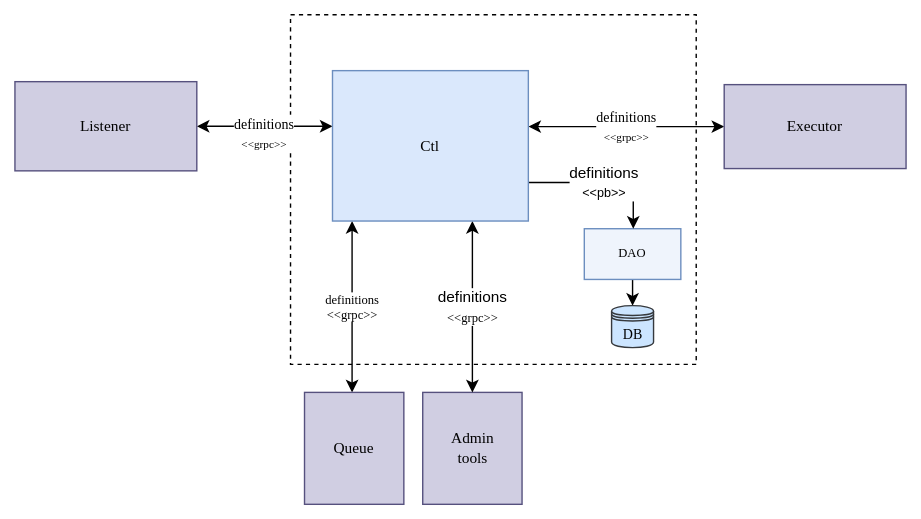
Before: docs/img/ctl.svg, a diagram exported from draw.io (andrescosta/jobico-fn). Source tidied: cells renumbered, new cells last; positions are measured from the earlier drawing's top-left corner, leaving out a move shared by most shapes. Its diagram source:
```xml
<mxGraphModel>
  <root>
    <mxCell id="0" />
    <mxCell id="1" parent="0" />
    <mxCell id="2" style="rounded=0;whiteSpace=wrap;html=1;dashed=1;" parent="1" vertex="1">
      <mxGeometry x="197" width="290" height="250" as="geometry" />
    </mxCell>
    <mxCell id="3" value="&lt;font style=&quot;&quot; face=&quot;Lucida Console&quot;&gt;&lt;font size=&quot;1&quot; style=&quot;&quot;&gt;definitions&lt;br&gt;&lt;/font&gt;&lt;font style=&quot;font-size: 8px;&quot;&gt;&amp;lt;&amp;lt;grpc&amp;gt;&amp;gt;&lt;/font&gt;&lt;/font&gt;" style="edgeStyle=orthogonalEdgeStyle;jettySize=auto;html=1;rounded=0;curved=0;endArrow=classic;endFill=1;startArrow=classic;startFill=1;" parent="1" edge="1" target="9">
      <mxGeometry relative="1" as="geometry">
        <mxPoint x="367" y="80" as="sourcePoint" />
        <Array as="points">
          <mxPoint x="377" y="80" />
          <mxPoint x="377" y="80" />
        </Array>
      </mxGeometry>
    </mxCell>
    <mxCell id="4" value="definitions&lt;br style=&quot;font-size: 9px;&quot;&gt;&amp;lt;&amp;lt;grpc&amp;gt;&amp;gt;" style="edgeStyle=orthogonalEdgeStyle;orthogonalLoop=1;jettySize=auto;html=1;startArrow=classic;startFill=1;fontFamily=Lucida Console;fontSize=9;" parent="1" edge="1">
      <mxGeometry relative="1" as="geometry">
        <mxPoint x="241" y="147.5" as="sourcePoint" />
        <mxPoint x="241" y="270" as="targetPoint" />
        <Array as="points">
          <mxPoint x="241" y="180" />
          <mxPoint x="241" y="180" />
        </Array>
      </mxGeometry>
    </mxCell>
    <mxCell id="5" value="Queue" style="rounded=0;whiteSpace=wrap;html=1;labelBackgroundColor=none;fillColor=#d0cee2;strokeColor=#56517e;fontFamily=Lucida Console;fontSize=11;" parent="1" vertex="1">
      <mxGeometry x="207" y="270" width="71" height="80" as="geometry" />
    </mxCell>
    <mxCell id="6" style="edgeStyle=orthogonalEdgeStyle;jettySize=auto;html=1;startArrow=classic;startFill=1;" parent="1" edge="1" source="8">
      <mxGeometry relative="1" as="geometry">
        <mxPoint x="227" y="79.8" as="targetPoint" />
      </mxGeometry>
    </mxCell>
    <mxCell id="7" value="&lt;font style=&quot;border-color: var(--border-color); font-family: &amp;quot;Lucida Console&amp;quot;;&quot; size=&quot;1&quot;&gt;definitions&lt;br style=&quot;border-color: var(--border-color);&quot;&gt;&lt;/font&gt;&lt;font style=&quot;border-color: var(--border-color); font-family: &amp;quot;Lucida Console&amp;quot;; font-size: 8px;&quot;&gt;&amp;lt;&amp;lt;grpc&amp;gt;&amp;gt;&lt;/font&gt;" style="edgeLabel;html=1;align=center;verticalAlign=middle;" parent="6" vertex="1">
      <mxGeometry y="-4" relative="1" as="geometry">
        <mxPoint x="-1" as="offset" />
      </mxGeometry>
    </mxCell>
    <mxCell id="8" value="Listener" style="rounded=0;whiteSpace=wrap;html=1;labelBackgroundColor=none;fillColor=#d0cee2;strokeColor=#56517e;fontFamily=Lucida Console;fontSize=11;" parent="1" vertex="1">
      <mxGeometry y="47.9" width="130" height="63.8" as="geometry" />
    </mxCell>
    <mxCell id="9" value="Executor" style="rounded=0;whiteSpace=wrap;html=1;labelBackgroundColor=none;fillColor=#d0cee2;strokeColor=#56517e;fontFamily=Lucida Console;fontSize=11;" parent="1" vertex="1">
      <mxGeometry x="507" y="50" width="130" height="60" as="geometry" />
    </mxCell>
    <mxCell id="10" style="edgeStyle=orthogonalEdgeStyle;jettySize=auto;html=1;" parent="1" edge="1" source="11" target="12">
      <mxGeometry relative="1" as="geometry" />
    </mxCell>
    <mxCell id="11" value="DAO" style="rounded=0;whiteSpace=wrap;html=1;fontFamily=Lucida Console;fontSize=9;strokeColor=#6c8ebf;align=center;verticalAlign=middle;fontColor=default;labelBackgroundColor=none;fillColor=#EFF4FC;" parent="1" vertex="1">
      <mxGeometry x="407" y="153" width="69" height="36.2" as="geometry" />
    </mxCell>
    <mxCell id="12" value="DB" style="shape=datastore;whiteSpace=wrap;html=1;fontFamily=Lucida Console;fontSize=10;strokeColor=#36393d;strokeWidth=1;align=center;verticalAlign=middle;fontColor=default;fillColor=#cce5ff;" parent="1" vertex="1">
      <mxGeometry x="426.5" y="208" width="30" height="30" as="geometry" />
    </mxCell>
    <mxCell id="13" style="edgeStyle=orthogonalEdgeStyle;jettySize=auto;html=1;strokeColor=none;" parent="1" edge="1" source="14" target="17">
      <mxGeometry relative="1" as="geometry">
        <Array as="points">
          <mxPoint x="367" y="190" />
          <mxPoint x="272" y="190" />
        </Array>
      </mxGeometry>
    </mxCell>
    <mxCell id="14" value="Admin &lt;br&gt;tools" style="rounded=0;whiteSpace=wrap;html=1;labelBackgroundColor=none;fillColor=#d0cee2;strokeColor=#56517e;fontFamily=Lucida Console;fontSize=11;" parent="1" vertex="1">
      <mxGeometry x="291.5" y="270" width="71" height="80" as="geometry" />
    </mxCell>
    <mxCell id="15" value="definitions&lt;br style=&quot;border-color: var(--border-color); font-family: &amp;quot;Lucida Console&amp;quot;; font-size: 9px;&quot;&gt;&lt;span style=&quot;font-family: &amp;quot;Lucida Console&amp;quot;; font-size: 9px;&quot;&gt;&amp;lt;&amp;lt;grpc&amp;gt;&amp;gt;&lt;/span&gt;" style="edgeStyle=orthogonalEdgeStyle;jettySize=auto;html=1;startArrow=classic;startFill=1;" parent="1" edge="1" source="17" target="14">
      <mxGeometry relative="1" as="geometry">
        <Array as="points">
          <mxPoint x="327" y="180" />
          <mxPoint x="327" y="180" />
        </Array>
      </mxGeometry>
    </mxCell>
    <mxCell id="16" value="definitions&lt;br&gt;&lt;font style=&quot;font-size: 9px;&quot;&gt;&amp;lt;&amp;lt;pb&amp;gt;&amp;gt;&lt;/font&gt;" style="edgeStyle=orthogonalEdgeStyle;jettySize=auto;html=1;rounded=0;curved=0;" parent="1" edge="1" source="17" target="11">
      <mxGeometry relative="1" as="geometry">
        <Array as="points">
          <mxPoint x="442" y="120" />
        </Array>
      </mxGeometry>
    </mxCell>
    <mxCell id="17" value="Ctl" style="rounded=0;whiteSpace=wrap;html=1;labelBackgroundColor=none;fillColor=#dae8fc;strokeColor=#6c8ebf;fontFamily=Lucida Console;fontSize=11;" parent="1" vertex="1">
      <mxGeometry x="227" y="40" width="140" height="107.5" as="geometry" />
    </mxCell>
  </root>
</mxGraphModel>
```
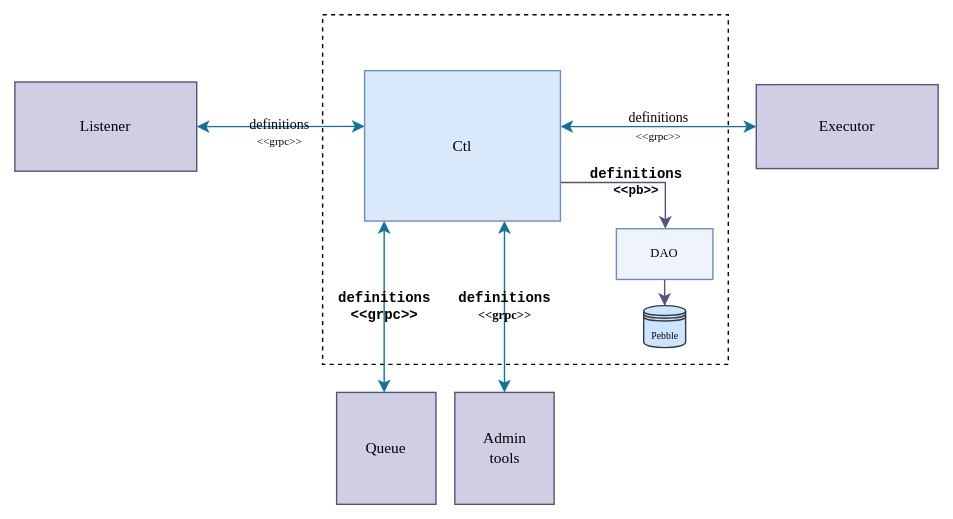
Later version of the same file.

Diff of the diagram source:
```diff
@@ -5,7 +5,7 @@
     <mxCell id="2" style="rounded=0;whiteSpace=wrap;html=1;dashed=1;" parent="1" vertex="1">
       <mxGeometry x="197" width="290" height="250" as="geometry" />
     </mxCell>
-    <mxCell id="3" value="&lt;font style=&quot;&quot; face=&quot;Lucida Console&quot;&gt;&lt;font size=&quot;1&quot; style=&quot;&quot;&gt;definitions&lt;br&gt;&lt;/font&gt;&lt;font style=&quot;font-size: 8px;&quot;&gt;&amp;lt;&amp;lt;grpc&amp;gt;&amp;gt;&lt;/font&gt;&lt;/font&gt;" style="edgeStyle=orthogonalEdgeStyle;jettySize=auto;html=1;rounded=0;curved=0;endArrow=classic;endFill=1;startArrow=classic;startFill=1;" parent="1" edge="1" target="9">
+    <mxCell id="3" value="&lt;font style=&quot;&quot; face=&quot;Lucida Console&quot;&gt;&lt;font size=&quot;1&quot; style=&quot;&quot;&gt;definitions&lt;br&gt;&lt;/font&gt;&lt;font style=&quot;font-size: 8px;&quot;&gt;&amp;lt;&amp;lt;grpc&amp;gt;&amp;gt;&lt;/font&gt;&lt;/font&gt;" style="edgeStyle=orthogonalEdgeStyle;jettySize=auto;html=1;rounded=0;curved=0;endArrow=classic;endFill=1;startArrow=classic;startFill=1;strokeColor=#10739e;align=center;verticalAlign=middle;fontFamily=Courier New;fontSize=10;fontColor=default;fontStyle=0;labelBackgroundColor=none;fillColor=#b1ddf0;" parent="1" edge="1" target="9">
       <mxGeometry relative="1" as="geometry">
         <mxPoint x="367" y="80" as="sourcePoint" />
         <Array as="points">
@@ -14,7 +14,7 @@
         </Array>
       </mxGeometry>
     </mxCell>
-    <mxCell id="4" value="definitions&lt;br style=&quot;font-size: 9px;&quot;&gt;&amp;lt;&amp;lt;grpc&amp;gt;&amp;gt;" style="edgeStyle=orthogonalEdgeStyle;orthogonalLoop=1;jettySize=auto;html=1;startArrow=classic;startFill=1;fontFamily=Lucida Console;fontSize=9;" parent="1" edge="1">
+    <mxCell id="4" value="definitions&lt;br style=&quot;font-size: 9px;&quot;&gt;&amp;lt;&amp;lt;grpc&amp;gt;&amp;gt;" style="edgeStyle=orthogonalEdgeStyle;orthogonalLoop=1;jettySize=auto;html=1;startArrow=classic;startFill=1;fontFamily=Courier New;fontSize=10;rounded=0;strokeColor=#10739e;align=center;verticalAlign=middle;fontColor=default;fontStyle=1;labelBackgroundColor=none;endArrow=classic;endFill=1;fillColor=#b1ddf0;" parent="1" edge="1">
       <mxGeometry relative="1" as="geometry">
         <mxPoint x="241" y="147.5" as="sourcePoint" />
         <mxPoint x="241" y="270" as="targetPoint" />
@@ -27,29 +27,29 @@
     <mxCell id="5" value="Queue" style="rounded=0;whiteSpace=wrap;html=1;labelBackgroundColor=none;fillColor=#d0cee2;strokeColor=#56517e;fontFamily=Lucida Console;fontSize=11;" parent="1" vertex="1">
       <mxGeometry x="207" y="270" width="71" height="80" as="geometry" />
     </mxCell>
-    <mxCell id="6" style="edgeStyle=orthogonalEdgeStyle;jettySize=auto;html=1;startArrow=classic;startFill=1;" parent="1" edge="1" source="8">
+    <mxCell id="6" style="edgeStyle=orthogonalEdgeStyle;jettySize=auto;html=1;startArrow=classic;startFill=1;rounded=0;strokeColor=#10739e;align=center;verticalAlign=middle;fontFamily=Courier New;fontSize=10;fontColor=default;fontStyle=0;labelBackgroundColor=none;endArrow=classic;endFill=1;fillColor=#b1ddf0;" parent="1" edge="1" source="8">
       <mxGeometry relative="1" as="geometry">
         <mxPoint x="227" y="79.8" as="targetPoint" />
       </mxGeometry>
     </mxCell>
-    <mxCell id="7" value="&lt;font style=&quot;border-color: var(--border-color); font-family: &amp;quot;Lucida Console&amp;quot;;&quot; size=&quot;1&quot;&gt;definitions&lt;br style=&quot;border-color: var(--border-color);&quot;&gt;&lt;/font&gt;&lt;font style=&quot;border-color: var(--border-color); font-family: &amp;quot;Lucida Console&amp;quot;; font-size: 8px;&quot;&gt;&amp;lt;&amp;lt;grpc&amp;gt;&amp;gt;&lt;/font&gt;" style="edgeLabel;html=1;align=center;verticalAlign=middle;" parent="6" vertex="1">
+    <mxCell id="7" value="&lt;font style=&quot;border-color: var(--border-color); font-family: &amp;quot;Lucida Console&amp;quot;;&quot; size=&quot;1&quot;&gt;definitions&lt;br style=&quot;border-color: var(--border-color);&quot;&gt;&lt;/font&gt;&lt;font style=&quot;border-color: var(--border-color); font-family: &amp;quot;Lucida Console&amp;quot;; font-size: 8px;&quot;&gt;&amp;lt;&amp;lt;grpc&amp;gt;&amp;gt;&lt;/font&gt;" style="edgeLabel;html=1;align=center;verticalAlign=middle;rounded=0;strokeColor=#10739e;fontFamily=Courier New;fontSize=10;fontColor=default;fontStyle=0;labelBackgroundColor=none;fillColor=#b1ddf0;" parent="6" vertex="1">
       <mxGeometry y="-4" relative="1" as="geometry">
         <mxPoint x="-1" as="offset" />
       </mxGeometry>
     </mxCell>
     <mxCell id="8" value="Listener" style="rounded=0;whiteSpace=wrap;html=1;labelBackgroundColor=none;fillColor=#d0cee2;strokeColor=#56517e;fontFamily=Lucida Console;fontSize=11;" parent="1" vertex="1">
-      <mxGeometry y="47.9" width="130" height="63.8" as="geometry" />
+      <mxGeometry x="-23" y="48.1" width="130" height="63.8" as="geometry" />
     </mxCell>
     <mxCell id="9" value="Executor" style="rounded=0;whiteSpace=wrap;html=1;labelBackgroundColor=none;fillColor=#d0cee2;strokeColor=#56517e;fontFamily=Lucida Console;fontSize=11;" parent="1" vertex="1">
       <mxGeometry x="507" y="50" width="130" height="60" as="geometry" />
     </mxCell>
-    <mxCell id="10" style="edgeStyle=orthogonalEdgeStyle;jettySize=auto;html=1;" parent="1" edge="1" source="11" target="12">
+    <mxCell id="10" style="edgeStyle=orthogonalEdgeStyle;jettySize=auto;html=1;rounded=0;strokeColor=#56517e;align=center;verticalAlign=middle;fontFamily=Courier New;fontSize=10;fontColor=default;fontStyle=0;labelBackgroundColor=none;endArrow=classic;endFill=1;fillColor=#d0cee2;" parent="1" edge="1" source="11" target="12">
       <mxGeometry relative="1" as="geometry" />
     </mxCell>
     <mxCell id="11" value="DAO" style="rounded=0;whiteSpace=wrap;html=1;fontFamily=Lucida Console;fontSize=9;strokeColor=#6c8ebf;align=center;verticalAlign=middle;fontColor=default;labelBackgroundColor=none;fillColor=#EFF4FC;" parent="1" vertex="1">
       <mxGeometry x="407" y="153" width="69" height="36.2" as="geometry" />
     </mxCell>
-    <mxCell id="12" value="DB" style="shape=datastore;whiteSpace=wrap;html=1;fontFamily=Lucida Console;fontSize=10;strokeColor=#36393d;strokeWidth=1;align=center;verticalAlign=middle;fontColor=default;fillColor=#cce5ff;" parent="1" vertex="1">
+    <mxCell id="12" value="&lt;font style=&quot;font-size: 7px;&quot;&gt;Pebble&lt;/font&gt;" style="shape=datastore;whiteSpace=wrap;html=1;fontFamily=Lucida Console;fontSize=10;strokeColor=#36393d;strokeWidth=1;align=center;verticalAlign=middle;fontColor=default;fillColor=#cce5ff;" parent="1" vertex="1">
       <mxGeometry x="426.5" y="208" width="30" height="30" as="geometry" />
     </mxCell>
     <mxCell id="13" style="edgeStyle=orthogonalEdgeStyle;jettySize=auto;html=1;strokeColor=none;" parent="1" edge="1" source="14" target="17">
@@ -63,7 +63,7 @@
     <mxCell id="14" value="Admin &lt;br&gt;tools" style="rounded=0;whiteSpace=wrap;html=1;labelBackgroundColor=none;fillColor=#d0cee2;strokeColor=#56517e;fontFamily=Lucida Console;fontSize=11;" parent="1" vertex="1">
       <mxGeometry x="291.5" y="270" width="71" height="80" as="geometry" />
     </mxCell>
-    <mxCell id="15" value="definitions&lt;br style=&quot;border-color: var(--border-color); font-family: &amp;quot;Lucida Console&amp;quot;; font-size: 9px;&quot;&gt;&lt;span style=&quot;font-family: &amp;quot;Lucida Console&amp;quot;; font-size: 9px;&quot;&gt;&amp;lt;&amp;lt;grpc&amp;gt;&amp;gt;&lt;/span&gt;" style="edgeStyle=orthogonalEdgeStyle;jettySize=auto;html=1;startArrow=classic;startFill=1;" parent="1" edge="1" source="17" target="14">
+    <mxCell id="15" value="definitions&lt;br style=&quot;border-color: var(--border-color); font-family: &amp;quot;Lucida Console&amp;quot;; font-size: 9px;&quot;&gt;&lt;span style=&quot;font-family: &amp;quot;Lucida Console&amp;quot;; font-size: 9px;&quot;&gt;&amp;lt;&amp;lt;grpc&amp;gt;&amp;gt;&lt;/span&gt;" style="edgeStyle=orthogonalEdgeStyle;jettySize=auto;html=1;startArrow=classic;startFill=1;rounded=0;strokeColor=#10739e;align=center;verticalAlign=middle;fontFamily=Courier New;fontSize=10;fontColor=default;fontStyle=1;labelBackgroundColor=none;endArrow=classic;endFill=1;fillColor=#b1ddf0;" parent="1" edge="1" source="17" target="14">
       <mxGeometry relative="1" as="geometry">
         <Array as="points">
           <mxPoint x="327" y="180" />
@@ -71,7 +71,7 @@
         </Array>
       </mxGeometry>
     </mxCell>
-    <mxCell id="16" value="definitions&lt;br&gt;&lt;font style=&quot;font-size: 9px;&quot;&gt;&amp;lt;&amp;lt;pb&amp;gt;&amp;gt;&lt;/font&gt;" style="edgeStyle=orthogonalEdgeStyle;jettySize=auto;html=1;rounded=0;curved=0;" parent="1" edge="1" source="17" target="11">
+    <mxCell id="16" value="definitions&lt;br&gt;&lt;font style=&quot;font-size: 9px;&quot;&gt;&amp;lt;&amp;lt;pb&amp;gt;&amp;gt;&lt;/font&gt;" style="edgeStyle=orthogonalEdgeStyle;jettySize=auto;html=1;rounded=0;curved=0;strokeColor=#56517e;align=center;verticalAlign=middle;fontFamily=Courier New;fontSize=10;fontColor=default;fontStyle=1;labelBackgroundColor=none;endArrow=classic;endFill=1;fillColor=#d0cee2;" parent="1" edge="1" source="17" target="11">
       <mxGeometry relative="1" as="geometry">
         <Array as="points">
           <mxPoint x="442" y="120" />
```
